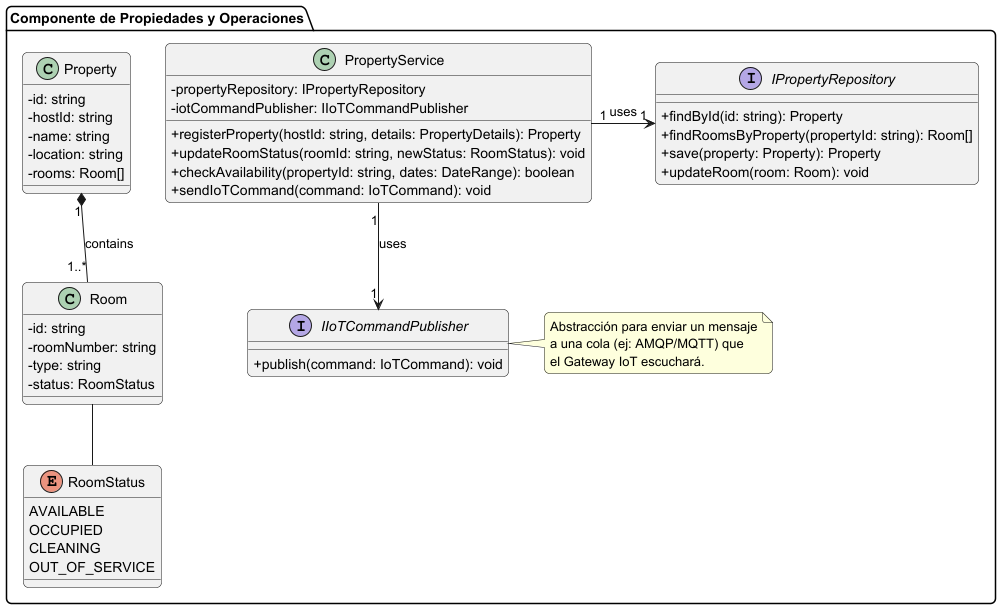
This is assets/Chapter-04/PropertyComponentClassDiagram.png from Edgerunners-Aplicaciones-Web/report, a PlantUML export, as it was before one commit.
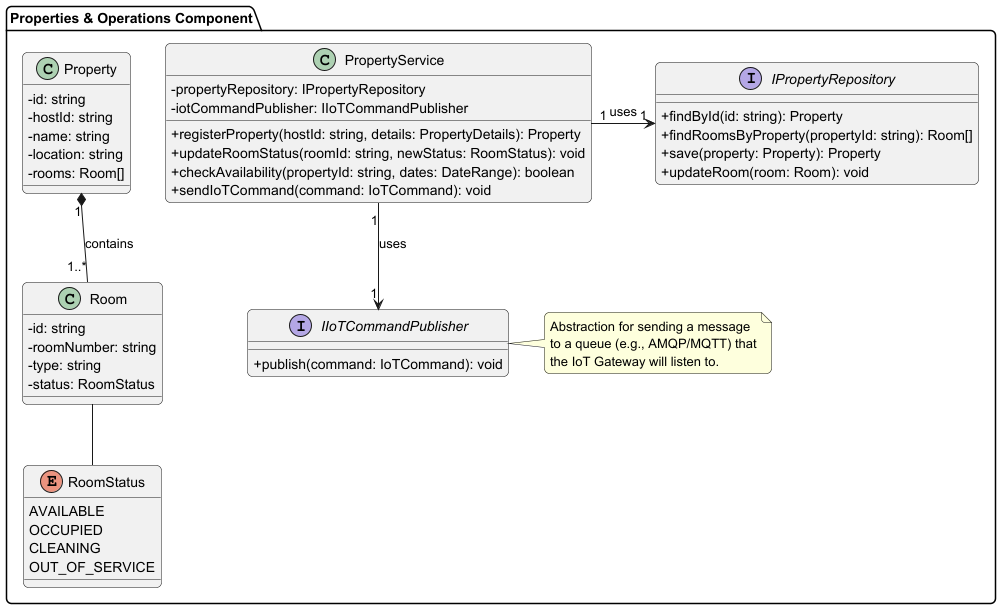
The same file after the commit.

Commit message:
doc: Update Chapter 4 class diagrams and add IoT Gateway components diagram

Diff of the diagram source:
```diff
@@ -2,7 +2,7 @@
 skinparam classAttributeIconSize 0
 skinparam roundcorner 10
 
-package "Componente de Propiedades y Operaciones" {
+package "Properties & Operations Component" {
 
     class PropertyService {
         - propertyRepository: IPropertyRepository
@@ -47,9 +47,9 @@
     }
 
     note right of IIoTCommandPublisher
-      Abstracción para enviar un mensaje
-      a una cola (ej: AMQP/MQTT) que
-      el Gateway IoT escuchará.
+      Abstraction for sending a message
+      to a queue (e.g., AMQP/MQTT) that
+      the IoT Gateway will listen to.
     end note
 
     PropertyService "1" -> "1" IPropertyRepository : uses
```
